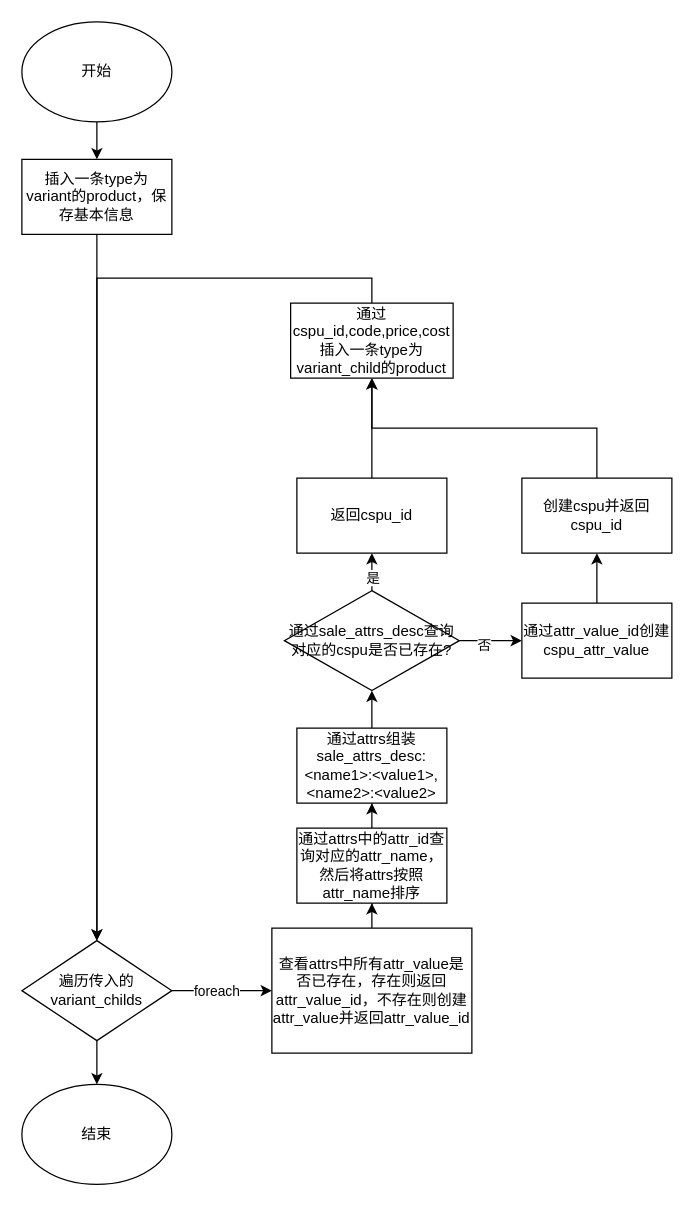
lecoboy/drawio keeps this draw.io diagram as 创建variant类型产品流程.drawio. Above is the earlier version. Source tidied: cells renumbered, new cells numbered last; positions are measured from the earlier drawing's top-left corner, leaving out a move shared by most shapes. Both pictures are drawn from the tidied source at 125%, with x=0, y=0 at pixel (21, 21).
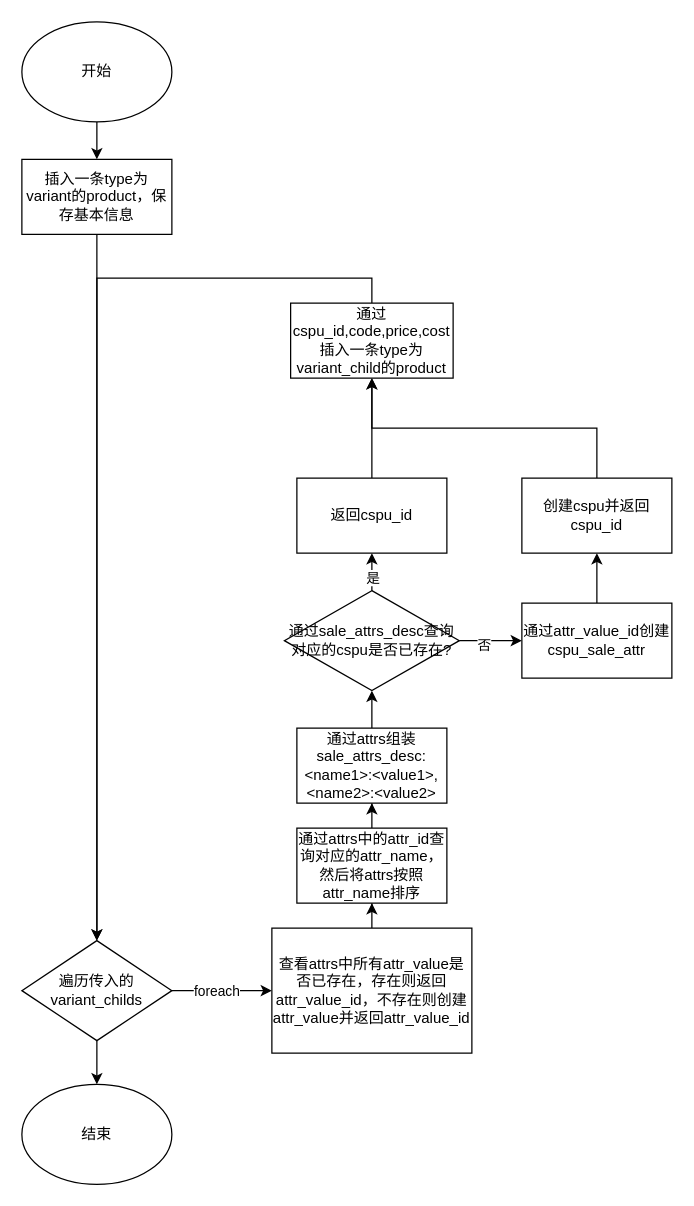
The same diagram, later.

Commit message:
更新创建variant类型产品流程.drawio

The edit, as a diff of the source:
```diff
@@
-    <mxCell id="22" value="通过attr_value_id创建cspu_attr_value" style="whiteSpace=wrap;html=1;" parent="1" vertex="1">
+    <mxCell id="22" value="通过attr_value_id创建cspu_sale_attr" style="whiteSpace=wrap;html=1;" parent="1" vertex="1">
       <mxGeometry x="400" y="465" width="120" height="60" as="geometry" />
     </mxCell>
```
